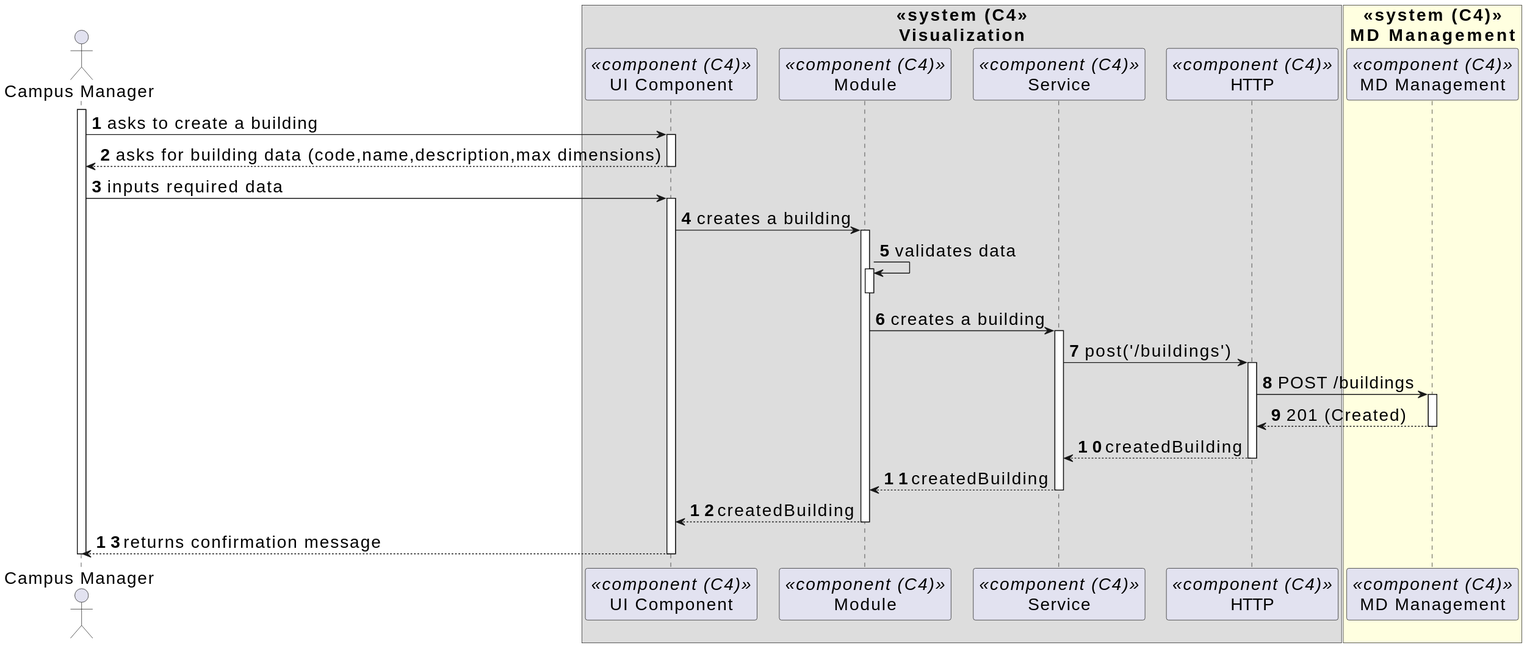
miseEnPlace-dev/lapr5 keeps this PlantUML diagram as _wiki/sprint-b/us-1120/views/level-3/assets/process-view.svg. Above is the earlier version. Its diagram source:
```plantuml
@startuml
skinparamlocked defaultFontSize 20
autonumber
skinparam DefaultTextAlignment<<center>> center

actor CM as "Campus Manager"
box "<<system (C4>>\nVisualization"<<center>>
  participant CMP as "UI Component" <<component (C4)>>
  participant MOD as "Module" <<component (C4)>>
  participant SRV as "Service" <<component (C4)>>
  participant HTTP as "HTTP" <<component (C4)>>
end box

box "<<system (C4)>>\nMD Management" <<center>>#LightYellow
  participant MDM as "MD Management" <<component (C4)>>
end box

activate CM

CM -> CMP : asks to create a building
activate CMP

CM <-- CMP : asks for building data (code,name,description,max dimensions)
deactivate CMP

CM -> CMP : inputs required data
activate CMP
CMP -> MOD : creates a building
activate MOD
MOD -> MOD : validates data
activate MOD
deactivate MOD
MOD -> SRV : creates a building
activate SRV
SRV -> HTTP : post('/buildings')

activate HTTP

HTTP -> MDM : POST /buildings
activate MDM
MDM --> HTTP : 201 (Created)
deactivate MDM

HTTP --> SRV : createdBuilding
deactivate HTTP

SRV --> MOD : createdBuilding
deactivate SRV
MOD --> CMP : createdBuilding
deactivate MOD

CM <-- CMP : returns confirmation message
deactivate CMP


deactivate CM
@enduml
```
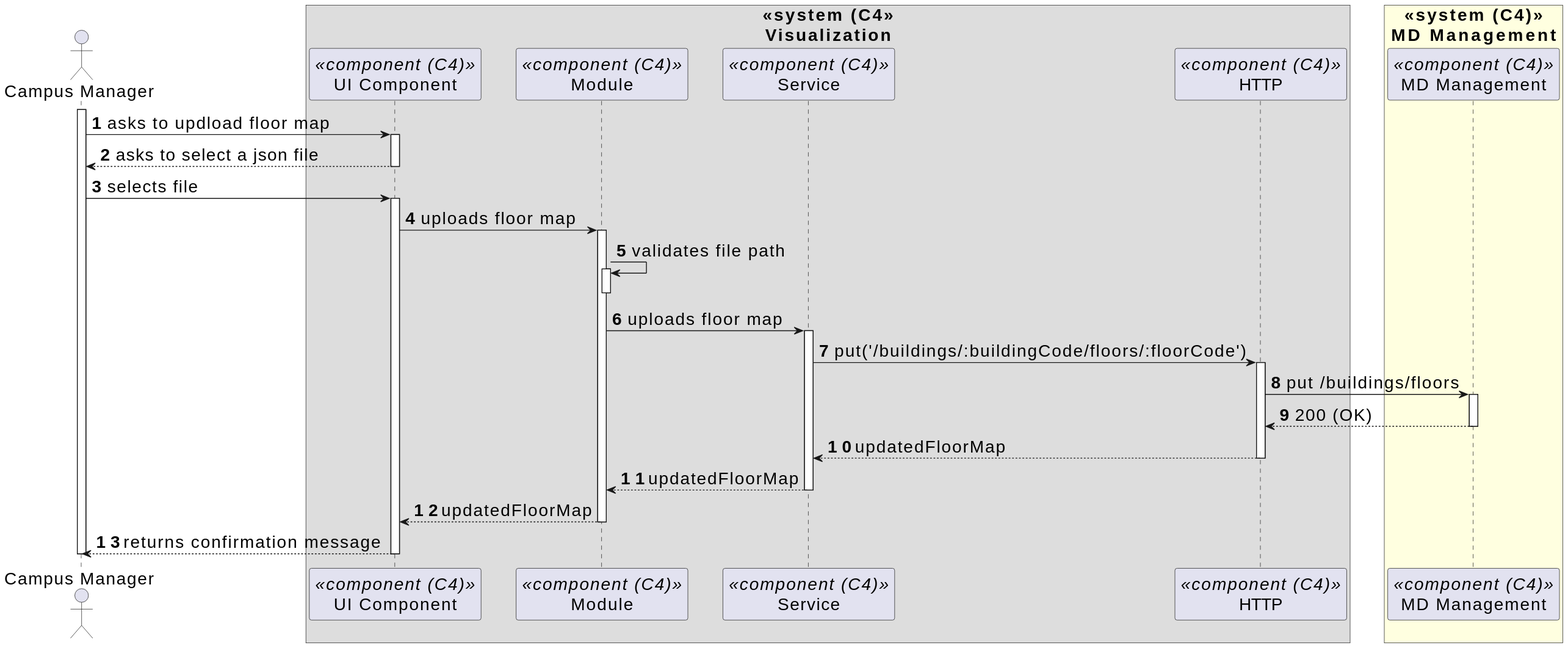
The same file after the commit.

The edit, as a diff of the source:
```diff
@@ -17,36 +17,36 @@
 
 activate CM
 
-CM -> CMP : asks to create a building
+CM -> CMP : asks to updload floor map
 activate CMP
 
-CM <-- CMP : asks for building data (code,name,description,max dimensions)
+CM <-- CMP : asks to select a json file
 deactivate CMP
 
-CM -> CMP : inputs required data
+CM -> CMP : selects file
 activate CMP
-CMP -> MOD : creates a building
+CMP -> MOD : uploads floor map
 activate MOD
-MOD -> MOD : validates data
+MOD -> MOD : validates file path
 activate MOD
 deactivate MOD
-MOD -> SRV : creates a building
+MOD -> SRV : uploads floor map
 activate SRV
-SRV -> HTTP : post('/buildings')
+SRV -> HTTP : put('/buildings/:buildingCode/floors/:floorCode')
 
 activate HTTP
 
-HTTP -> MDM : POST /buildings
+HTTP -> MDM : put /buildings/floors
 activate MDM
-MDM --> HTTP : 201 (Created)
+MDM --> HTTP : 200 (OK)
 deactivate MDM
 
-HTTP --> SRV : createdBuilding
+HTTP --> SRV : updatedFloorMap
 deactivate HTTP
 
-SRV --> MOD : createdBuilding
+SRV --> MOD : updatedFloorMap
 deactivate SRV
-MOD --> CMP : createdBuilding
+MOD --> CMP : updatedFloorMap
 deactivate MOD
 
 CM <-- CMP : returns confirmation message
```
